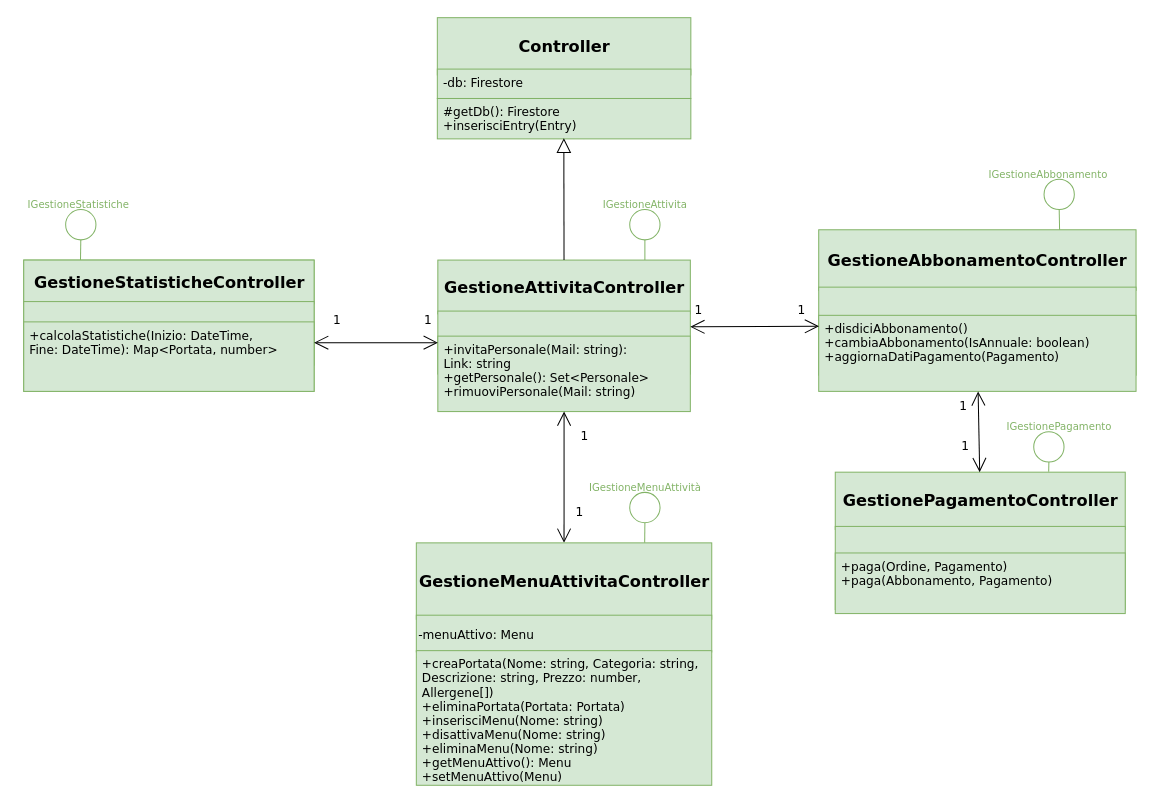
The draw.io diagram page "attivita" (2 of 5) of progettazione/dettaglio/dettaglioController.drawio in Marco-Burattoni/Progetto-ids, before the edit. Source tidied: cells renumbered, new cells numbered last; positions are measured from the earlier drawing's top-left corner, leaving out a move shared by most shapes. Both pictures are drawn from the tidied source at 101%, with x=0, y=0 at pixel (17, 17).
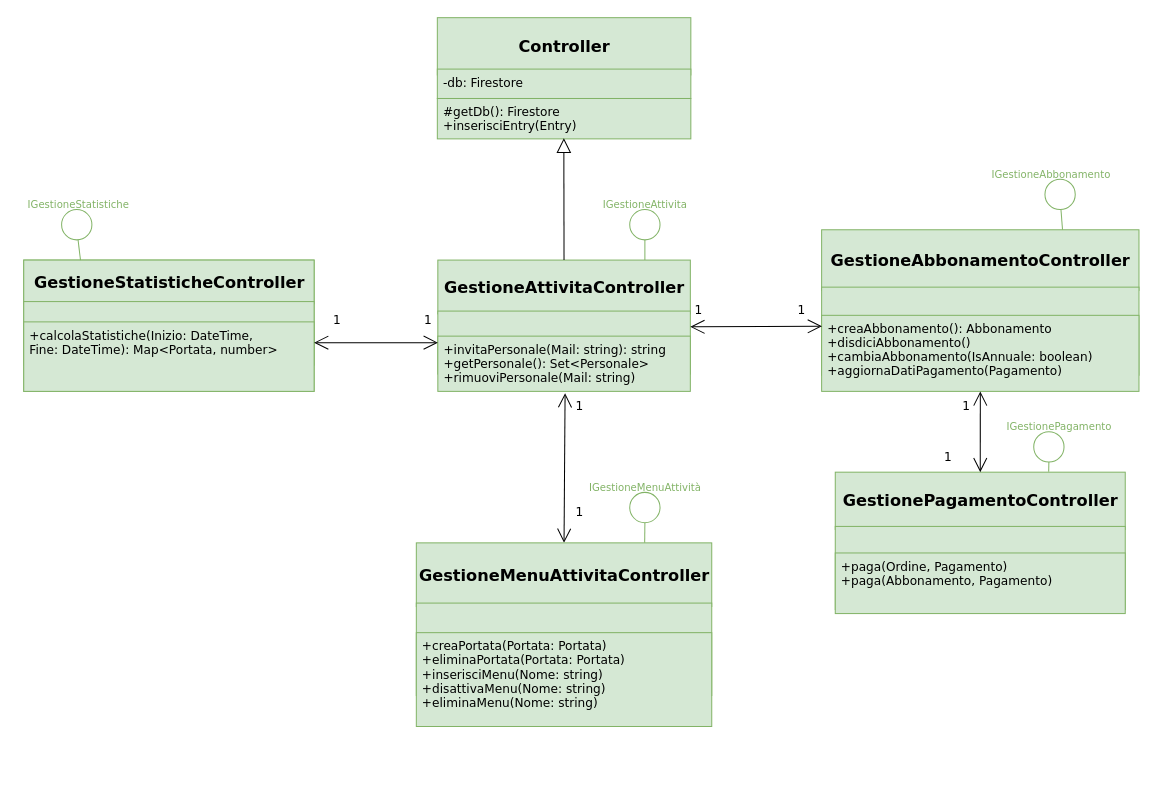
The same diagram, later.

The change refers to these unchanged cells:
```xml
<mxCell id="2" style="group;fontFamily=Verdana;" parent="1" vertex="1">
  <mxGeometry x="416" y="240" width="250" height="160" as="geometry" />
</mxCell>
<mxCell id="21" style="group;fontFamily=Verdana;" parent="15" vertex="1">
  <mxGeometry width="143.8" height="70" as="geometry" />
</mxCell>
<mxCell id="26" style="group;fontFamily=Verdana;" parent="25" vertex="1">
  <mxGeometry y="70" width="314.2" height="190" as="geometry" />
</mxCell>
```

Diff of the diagram source:
```diff
@@
-    <mxCell id="6" value="+invitaPersonale(Mail: string): &#10;Link: string&#10;+getPersonale(): Set&lt;Personale&gt;&#10;+rimuoviPersonale(Mail: string)" style="text;strokeColor=#82b366;fillColor=#d5e8d4;align=left;verticalAlign=top;spacingLeft=4;spacingRight=4;overflow=hidden;points=[[0,0.5],[1,0.5]];portConstraint=eastwest;fontSize=12;fontFamily=Verdana;" parent="2" vertex="1">
-      <mxGeometry y="75.3" width="250" height="74.7" as="geometry" />
+    <mxCell id="6" value="+invitaPersonale(Mail: string): string&#10;+getPersonale(): Set&lt;Personale&gt;&#10;+rimuoviPersonale(Mail: string)" style="text;strokeColor=#82b366;fillColor=#d5e8d4;align=left;verticalAlign=top;spacingLeft=4;spacingRight=4;overflow=hidden;points=[[0,0.5],[1,0.5]];portConstraint=eastwest;fontSize=12;fontFamily=Verdana;" parent="2" vertex="1">
+      <mxGeometry y="75.3" width="250" height="54.7" as="geometry" />
     </mxCell>
+    <mxCell id="61" value="1" style="text;html=1;align=center;verticalAlign=middle;strokeColor=none;fillColor=none;fontFamily=Verdana;" parent="2" vertex="1">
+      <mxGeometry x="125" y="130" width="30" height="30" as="geometry" />
+    </mxCell>
@@
     <mxCell id="23" style="ellipse;whiteSpace=wrap;html=1;strokeColor=#82B366;fontFamily=Verdana;" parent="21" vertex="1">
-      <mxGeometry x="41.5" y="20" width="30" height="30" as="geometry" />
+      <mxGeometry x="37.5" y="20" width="30" height="30" as="geometry" />
     </mxCell>
@@
     <mxCell id="25" style="group;fontFamily=Verdana;" parent="1" vertex="1">
-      <mxGeometry x="793.1" y="140" width="320" height="260" as="geometry" />
+      <mxGeometry x="796" y="140" width="320" height="260" as="geometry" />
     </mxCell>
@@
-    <mxCell id="30" value="+disdiciAbbonamento()&#10;+cambiaAbbonamento(IsAnnuale: boolean)&#10;+aggiornaDatiPagamento(Pagamento)" style="text;strokeColor=#82b366;fillColor=#d5e8d4;align=left;verticalAlign=top;spacingLeft=4;spacingRight=4;overflow=hidden;points=[[0,0.5],[1,0.5]];portConstraint=eastwest;fontSize=12;fontFamily=Verdana;" parent="26" vertex="1">
+    <mxCell id="30" value="+creaAbbonamento(): Abbonamento&#10;+disdiciAbbonamento()&#10;+cambiaAbbonamento(IsAnnuale: boolean)&#10;+aggiornaDatiPagamento(Pagamento)" style="text;strokeColor=#82b366;fillColor=#d5e8d4;align=left;verticalAlign=top;spacingLeft=4;spacingRight=4;overflow=hidden;points=[[0,0.5],[1,0.5]];portConstraint=eastwest;fontSize=12;fontFamily=Verdana;" parent="26" vertex="1">
       <mxGeometry y="84.7" width="314.2" height="75.3" as="geometry" />
     </mxCell>
@@
     <mxCell id="33" style="ellipse;whiteSpace=wrap;html=1;strokeColor=#82B366;fontFamily=Verdana;" parent="25" vertex="1">
-      <mxGeometry x="223.1" y="20" width="30" height="30" as="geometry" />
+      <mxGeometry x="221.1" y="20" width="30" height="30" as="geometry" />
     </mxCell>
@@
-    <mxCell id="36" style="edgeStyle=none;rounded=0;jettySize=auto;html=1;entryX=0.5;entryY=0;entryDx=0;entryDy=0;strokeWidth=1;endArrow=open;endFill=0;endSize=12;startArrow=open;startFill=0;startSize=12;fontFamily=Verdana;exitX=0.5;exitY=1;exitDx=0;exitDy=0;exitPerimeter=0;" parent="1" edge="1" source="6" target="54">
+    <mxCell id="36" style="edgeStyle=none;rounded=0;jettySize=auto;html=1;entryX=0.5;entryY=0;entryDx=0;entryDy=0;strokeWidth=1;endArrow=open;endFill=0;endSize=12;exitX=0.504;exitY=1.032;exitDx=0;exitDy=0;exitPerimeter=0;startArrow=open;startFill=0;startSize=12;fontFamily=Verdana;" parent="1" edge="1" source="6" target="54">
       <mxGeometry relative="1" as="geometry" />
     </mxCell>
@@
     <mxCell id="52" value="1" style="text;html=1;align=center;verticalAlign=middle;strokeColor=none;fillColor=none;fontSize=12;fontFamily=Verdana;" parent="1" vertex="1">
-      <mxGeometry x="923" y="410" width="30" height="30" as="geometry" />
+      <mxGeometry x="906" y="420" width="30" height="30" as="geometry" />
     </mxCell>
     <mxCell id="53" style="group;fontFamily=Verdana;" parent="1" vertex="1">
-      <mxGeometry x="394.7" y="520" width="292.5" height="240" as="geometry" />
+      <mxGeometry x="394.7" y="520" width="292.5" height="200" as="geometry" />
     </mxCell>
     <mxCell id="54" value="&lt;b&gt;GestioneMenuAttivitaController&lt;/b&gt;" style="html=1;fontSize=16;fillColor=#d5e8d4;strokeColor=#82b366;fontFamily=Verdana;" parent="53" vertex="1">
-      <mxGeometry width="292.5" height="75.6" as="geometry" />
+      <mxGeometry width="292.5" height="63" as="geometry" />
     </mxCell>
-    <mxCell id="55" value="&lt;font style=&quot;font-size: 12px;&quot;&gt;-menuAttivo: Menu&lt;br&gt;&lt;/font&gt;" style="html=1;fontSize=16;fillColor=#d5e8d4;strokeColor=#82b366;fontFamily=Verdana;align=left;" parent="53" vertex="1">
-      <mxGeometry y="71.6" width="292.5" height="36.4" as="geometry" />
+    <mxCell id="55" style="html=1;fontSize=16;fillColor=#d5e8d4;strokeColor=#82b366;fontFamily=Verdana;" parent="53" vertex="1">
+      <mxGeometry y="59.6" width="292.5" height="91.5" as="geometry" />
     </mxCell>
     <mxCell id="56" style="line;strokeWidth=1;fillColor=#d5e8d4;align=left;verticalAlign=middle;spacingTop=-1;spacingLeft=3;spacingRight=3;labelPosition=right;strokeColor=#82b366;fontSize=16;fontFamily=Verdana;" parent="53" vertex="1">
-      <mxGeometry y="107.3" width="292.5" height="12.1" as="geometry" />
+      <mxGeometry y="89.4" width="292.5" height="10.1" as="geometry" />
     </mxCell>
-    <mxCell id="57" value="+creaPortata(Nome: string, Categoria: string, &#10;Descrizione: string, Prezzo: number, &#10;Allergene[])&#10;+eliminaPortata(Portata: Portata)&#10;+inserisciMenu(Nome: string)&#10;+disattivaMenu(Nome: string)&#10;+eliminaMenu(Nome: string)&#10;+getMenuAttivo(): Menu&#10;+setMenuAttivo(Menu)" style="text;strokeColor=#82b366;fillColor=#d5e8d4;align=left;verticalAlign=top;spacingLeft=4;spacingRight=4;overflow=hidden;fontSize=12;fontFamily=Verdana;" parent="53" vertex="1">
-      <mxGeometry y="106.7" width="292.5" height="133.3" as="geometry" />
+    <mxCell id="57" value="+creaPortata(Portata: Portata)&#10;+eliminaPortata(Portata: Portata)&#10;+inserisciMenu(Nome: string)&#10;+disattivaMenu(Nome: string)&#10;+eliminaMenu(Nome: string)" style="text;strokeColor=#82b366;fillColor=#d5e8d4;align=left;verticalAlign=top;spacingLeft=4;spacingRight=4;overflow=hidden;fontSize=12;fontFamily=Verdana;" parent="53" vertex="1">
+      <mxGeometry y="88.9" width="292.5" height="92.9" as="geometry" />
     </mxCell>
@@
-    <mxCell id="61" value="1" style="text;html=1;align=center;verticalAlign=middle;strokeColor=none;fillColor=none;fontFamily=Verdana;" parent="1" vertex="1">
-      <mxGeometry x="546" y="400" width="30" height="30" as="geometry" />
-    </mxCell>
```
